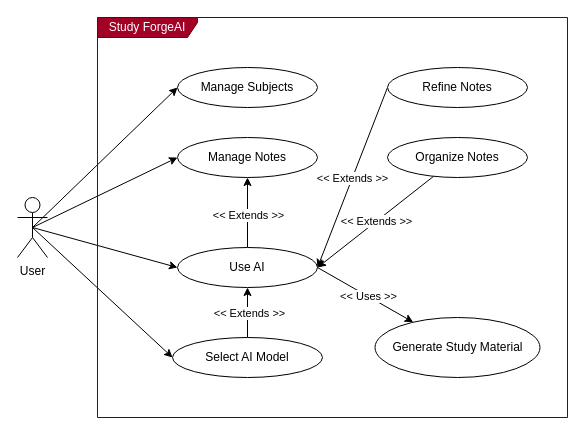
Above: 5201-useCase.drawio in abobymotaki/uncharted (draw.io), before the change. Source tidied: cells renumbered, new cells numbered last; positions are measured from the earlier drawing's top-left corner, leaving out a move shared by most shapes. Both pictures are drawn from the tidied source at 100%, with x=0, y=0 at pixel (17, 17).
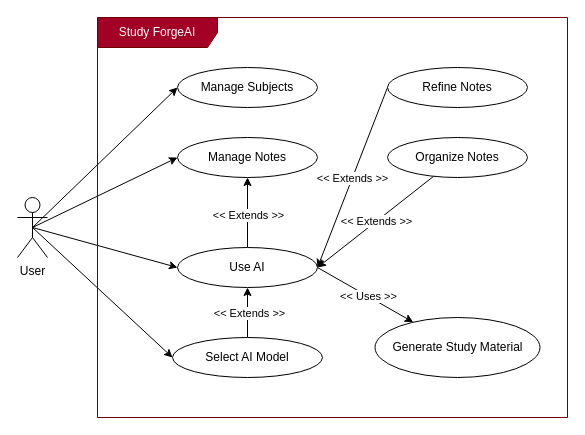
The same page after the edit.

Change to the diagram source:
```diff
@@
-    <mxCell id="7" value="Study ForgeAI" style="shape=umlFrame;whiteSpace=wrap;html=1;width=100;height=20;fillColor=#a20025;fontColor=#ffffff;strokeColor=#6F0000;" parent="1" vertex="1">
+    <mxCell id="7" value="Study ForgeAI" style="shape=umlFrame;whiteSpace=wrap;html=1;width=120;height=30;fillColor=#a20025;fontColor=#ffffff;strokeColor=#6F0000;" parent="1" vertex="1">
       <mxGeometry x="80" width="470" height="400" as="geometry" />
     </mxCell>
```
